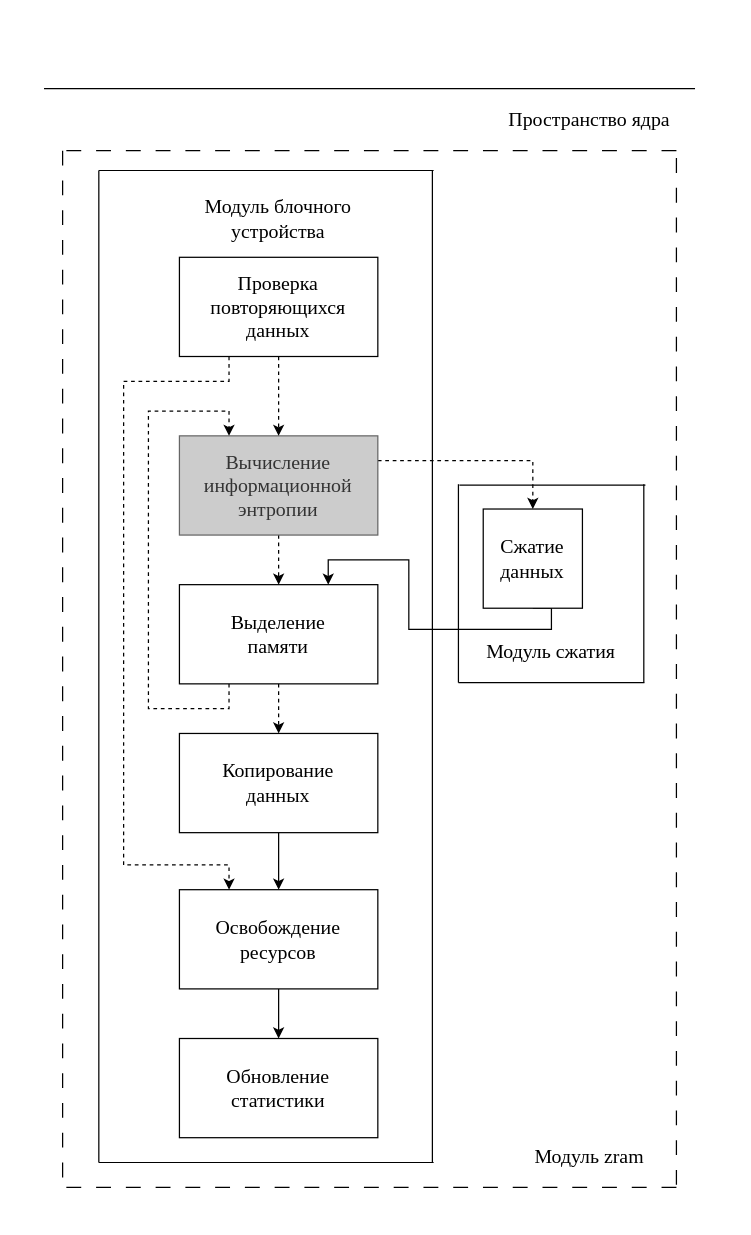
Before: docs/diploma/schemes/structure.drawio in hamzreg/bmstu-diploma, a draw.io diagram. Source tidied: cells renumbered, new cells numbered last; positions are measured from the earlier drawing's top-left corner, leaving out a move shared by most shapes. Both pictures are drawn from the tidied source at 124%, with x=0, y=0 at pixel (43, 88).
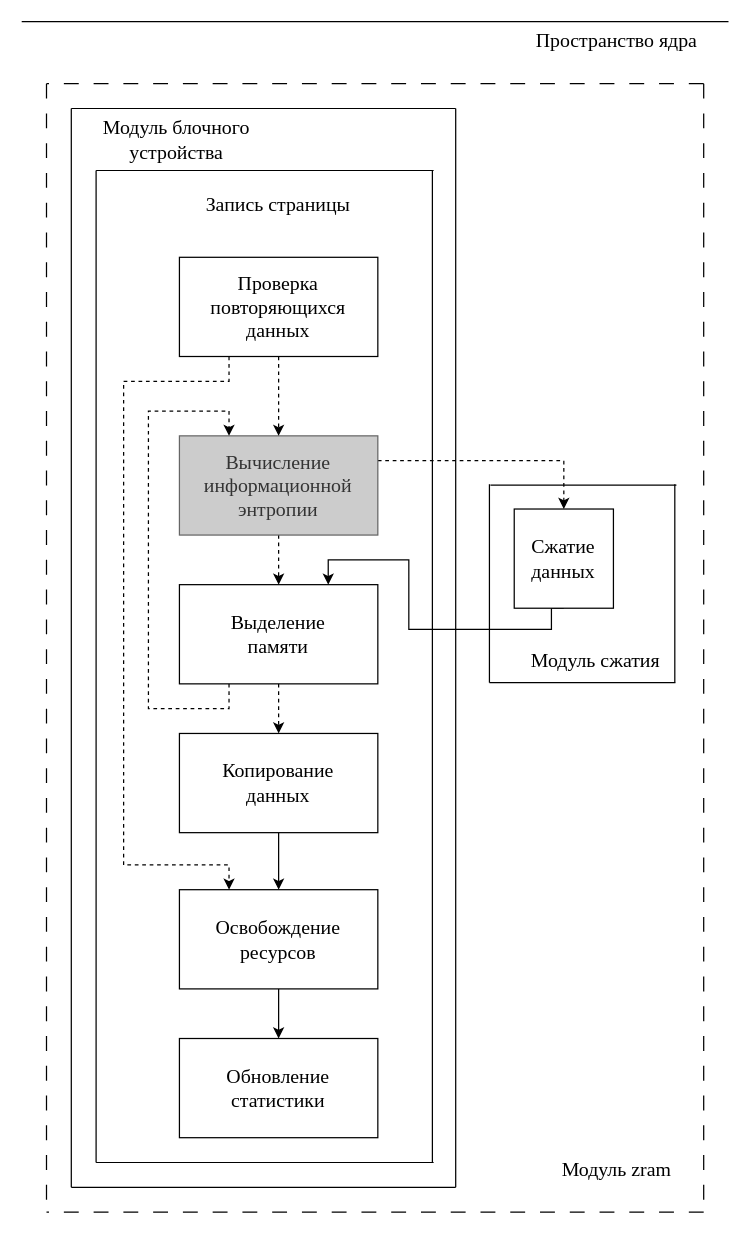
Above is the later version.

What changed in the source:
```diff
@@
     <mxCell id="2" value="Пространство ядра" style="text;html=1;strokeColor=none;fillColor=none;align=center;verticalAlign=middle;whiteSpace=wrap;rounded=0;fontFamily=Times New Roman;fontSize=16;" parent="1" vertex="1">
-      <mxGeometry x="370" y="10" width="140" height="30" as="geometry" />
+      <mxGeometry x="392" y="-54" width="140" height="30" as="geometry" />
     </mxCell>
     <mxCell id="3" value="Модуль zram" style="text;html=1;strokeColor=none;fillColor=none;align=center;verticalAlign=middle;whiteSpace=wrap;rounded=0;fontFamily=Times New Roman;fontSize=16;" parent="1" vertex="1">
-      <mxGeometry x="390" y="846" width="100" height="30" as="geometry" />
+      <mxGeometry x="412" y="856" width="100" height="30" as="geometry" />
     </mxCell>
     <mxCell id="4" style="endArrow=none;dashed=1;html=1;rounded=0;endSize=6;strokeWidth=1;dashPattern=12 12;" parent="1" edge="1">
       <mxGeometry relative="1" as="geometry">
-        <mxPoint x="15" y="50" as="sourcePoint" />
-        <mxPoint x="15" y="880" as="targetPoint" />
+        <mxPoint x="2" y="-4" as="sourcePoint" />
+        <mxPoint x="2" y="906" as="targetPoint" />
       </mxGeometry>
     </mxCell>
-    <mxCell id="5" style="endArrow=none;dashed=1;html=1;rounded=0;endSize=6;strokeWidth=1;dashPattern=12 12;" parent="1" edge="1">
-      <mxGeometry relative="1" as="geometry">
-        <mxPoint x="510" y="50" as="sourcePoint" />
-        <mxPoint x="15" y="50" as="targetPoint" />
-      </mxGeometry>
-    </mxCell>
     <mxCell id="6" value="Модуль сжатия" style="text;html=1;strokeColor=none;fillColor=none;align=center;verticalAlign=middle;whiteSpace=wrap;rounded=0;fontFamily=Times New Roman;fontSize=16;" parent="1" vertex="1">
-      <mxGeometry x="354.2" y="439" width="110" height="30" as="geometry" />
+      <mxGeometry x="390" y="446" width="110" height="30" as="geometry" />
     </mxCell>
     <mxCell id="7" style="endArrow=none;html=1;rounded=0;" parent="1" edge="1">
       <mxGeometry relative="1" as="geometry">
-        <mxPoint x="334.2" y="479" as="sourcePoint" />
-        <mxPoint x="334.2" y="319" as="targetPoint" />
+        <mxPoint x="359.2" y="479" as="sourcePoint" />
+        <mxPoint x="359.2" y="319" as="targetPoint" />
       </mxGeometry>
     </mxCell>
     <mxCell id="8" style="endArrow=none;html=1;rounded=0;" parent="1" edge="1">
       <mxGeometry relative="1" as="geometry">
-        <mxPoint x="485" y="319.7" as="sourcePoint" />
-        <mxPoint x="335" y="319.7" as="targetPoint" />
+        <mxPoint x="510" y="319.7" as="sourcePoint" />
+        <mxPoint x="360" y="319.7" as="targetPoint" />
       </mxGeometry>
     </mxCell>
     <mxCell id="9" style="endArrow=none;html=1;rounded=0;" parent="1" edge="1">
       <mxGeometry relative="1" as="geometry">
-        <mxPoint x="484.2" y="479" as="sourcePoint" />
-        <mxPoint x="334.2" y="479" as="targetPoint" />
+        <mxPoint x="509.2" y="479" as="sourcePoint" />
+        <mxPoint x="359.2" y="479" as="targetPoint" />
       </mxGeometry>
     </mxCell>
     <mxCell id="10" style="endArrow=none;html=1;rounded=0;" parent="1" edge="1">
       <mxGeometry relative="1" as="geometry">
-        <mxPoint x="483.7" y="479" as="sourcePoint" />
-        <mxPoint x="483.7" y="319" as="targetPoint" />
+        <mxPoint x="508.7" y="479" as="sourcePoint" />
+        <mxPoint x="508.7" y="319" as="targetPoint" />
       </mxGeometry>
     </mxCell>
@@
     <mxCell id="14" value="Модуль блочного устройства" style="text;html=1;strokeColor=none;fillColor=none;align=center;verticalAlign=middle;whiteSpace=wrap;rounded=0;fontFamily=Times New Roman;fontSize=16;" parent="1" vertex="1">
-      <mxGeometry x="104.2" y="90" width="170" height="30" as="geometry" />
+      <mxGeometry x="22" y="26" width="170" height="30" as="geometry" />
     </mxCell>
     <mxCell id="15" style="endArrow=none;html=1;rounded=0;" parent="1" edge="1">
       <mxGeometry relative="1" as="geometry">
-        <mxPoint x="525" as="sourcePoint" />
-        <mxPoint as="targetPoint" />
+        <mxPoint x="552" y="-54" as="sourcePoint" />
+        <mxPoint x="-18" y="-54" as="targetPoint" />
       </mxGeometry>
     </mxCell>
-    <mxCell id="16" style="endArrow=none;html=1;rounded=0;" parent="1" edge="1">
-      <mxGeometry relative="1" as="geometry">
-        <mxPoint x="44.2" y="866" as="sourcePoint" />
-        <mxPoint x="44.2" y="66" as="targetPoint" />
-      </mxGeometry>
-    </mxCell>
@@
     <mxCell id="21" value="Сжатие данных" style="rounded=0;whiteSpace=wrap;html=1;fontFamily=Times New Roman;fontSize=16;" parent="1" vertex="1">
-      <mxGeometry x="354.2" y="339" width="80" height="80" as="geometry" />
+      <mxGeometry x="379.2" y="339" width="80" height="80" as="geometry" />
     </mxCell>
@@
     <mxCell id="30" style="endArrow=none;html=1;rounded=0;" parent="1" edge="1">
       <mxGeometry relative="1" as="geometry">
         <mxPoint x="314.2" y="66" as="sourcePoint" />
-        <mxPoint x="44.2" y="66" as="targetPoint" />
+        <mxPoint x="42" y="66" as="targetPoint" />
       </mxGeometry>
     </mxCell>
     <mxCell id="31" style="endArrow=none;html=1;rounded=0;" parent="1" edge="1">
       <mxGeometry relative="1" as="geometry">
         <mxPoint x="314.2" y="866" as="sourcePoint" />
-        <mxPoint x="44.2" y="866" as="targetPoint" />
+        <mxPoint x="42" y="866" as="targetPoint" />
       </mxGeometry>
     </mxCell>
-    <mxCell id="32" style="endArrow=none;dashed=1;html=1;rounded=0;endSize=6;strokeWidth=1;dashPattern=12 12;" parent="1" edge="1">
-      <mxGeometry relative="1" as="geometry">
-        <mxPoint x="510" y="886" as="sourcePoint" />
-        <mxPoint x="15" y="886" as="targetPoint" />
-      </mxGeometry>
-    </mxCell>
-    <mxCell id="33" style="endArrow=none;dashed=1;html=1;rounded=0;endSize=6;strokeWidth=1;dashPattern=12 12;" parent="1" edge="1">
-      <mxGeometry relative="1" as="geometry">
-        <mxPoint x="510" y="56" as="sourcePoint" />
-        <mxPoint x="510" y="886" as="targetPoint" />
-      </mxGeometry>
-    </mxCell>
@@
+    <mxCell id="35" value="Запись страницы" style="text;html=1;strokeColor=none;fillColor=none;align=center;verticalAlign=middle;whiteSpace=wrap;rounded=0;fontFamily=Times New Roman;fontSize=16;" parent="1" vertex="1">
+      <mxGeometry x="104.2" y="78" width="170" height="30" as="geometry" />
+    </mxCell>
+    <mxCell id="36" style="endArrow=none;html=1;rounded=0;" parent="1" edge="1">
+      <mxGeometry relative="1" as="geometry">
+        <mxPoint x="332" y="886" as="sourcePoint" />
+        <mxPoint x="332" y="16" as="targetPoint" />
+      </mxGeometry>
+    </mxCell>
+    <mxCell id="37" style="endArrow=none;html=1;rounded=0;" parent="1" edge="1">
+      <mxGeometry relative="1" as="geometry">
+        <mxPoint x="22" y="886" as="sourcePoint" />
+        <mxPoint x="22" y="16" as="targetPoint" />
+      </mxGeometry>
+    </mxCell>
+    <mxCell id="38" style="endArrow=none;html=1;rounded=0;" parent="1" edge="1">
+      <mxGeometry relative="1" as="geometry">
+        <mxPoint x="332" y="886" as="sourcePoint" />
+        <mxPoint x="22" y="886" as="targetPoint" />
+      </mxGeometry>
+    </mxCell>
+    <mxCell id="39" style="endArrow=none;html=1;rounded=0;" parent="1" edge="1">
+      <mxGeometry relative="1" as="geometry">
+        <mxPoint x="332" y="16" as="sourcePoint" />
+        <mxPoint x="22" y="16" as="targetPoint" />
+      </mxGeometry>
+    </mxCell>
+    <mxCell id="40" style="endArrow=none;html=1;rounded=0;" parent="1" edge="1">
+      <mxGeometry relative="1" as="geometry">
+        <mxPoint x="42" y="866" as="sourcePoint" />
+        <mxPoint x="42" y="66" as="targetPoint" />
+      </mxGeometry>
+    </mxCell>
+    <mxCell id="41" style="endArrow=none;dashed=1;html=1;rounded=0;endSize=6;strokeWidth=1;dashPattern=12 12;" parent="1" edge="1">
+      <mxGeometry relative="1" as="geometry">
+        <mxPoint x="532" y="-4" as="sourcePoint" />
+        <mxPoint x="532" y="906" as="targetPoint" />
+      </mxGeometry>
+    </mxCell>
+    <mxCell id="42" style="endArrow=none;dashed=1;html=1;rounded=0;endSize=6;strokeWidth=1;dashPattern=12 12;" parent="1" edge="1">
+      <mxGeometry relative="1" as="geometry">
+        <mxPoint x="532" y="906" as="sourcePoint" />
+        <mxPoint x="2" y="906" as="targetPoint" />
+      </mxGeometry>
+    </mxCell>
+    <mxCell id="43" style="endArrow=none;dashed=1;html=1;rounded=0;endSize=6;strokeWidth=1;dashPattern=12 12;" parent="1" edge="1">
+      <mxGeometry relative="1" as="geometry">
+        <mxPoint x="532" y="-4" as="sourcePoint" />
+        <mxPoint x="2" y="-4" as="targetPoint" />
+      </mxGeometry>
+    </mxCell>
```
